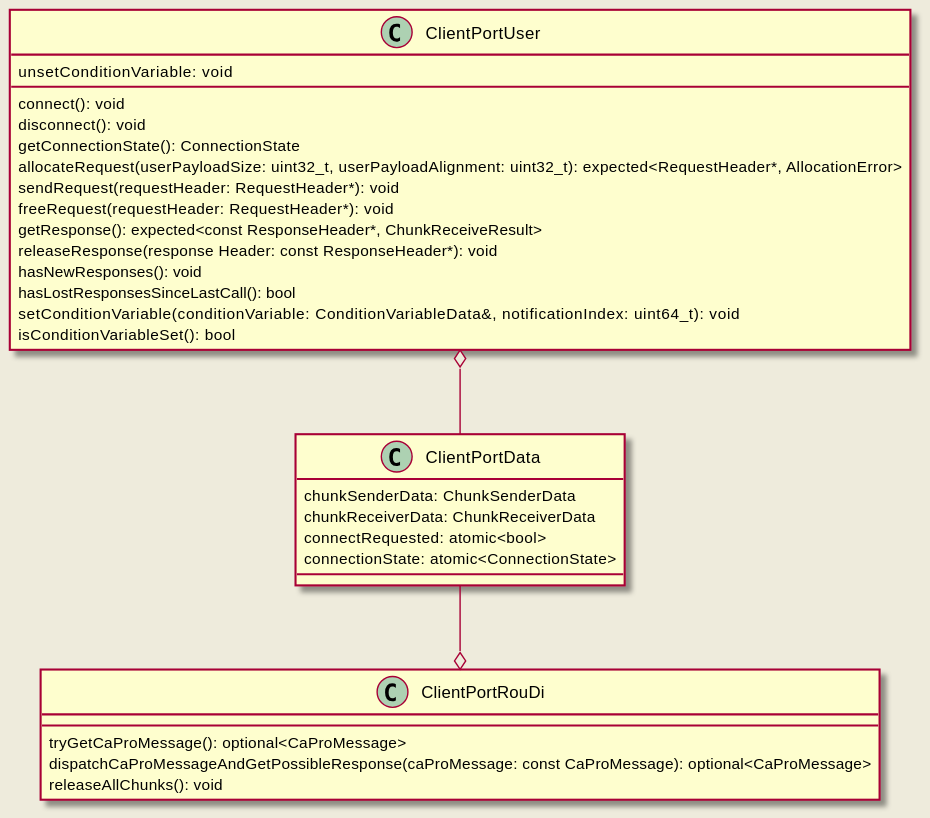
eclipse-iceoryx/iceoryx keeps this PlantUML diagram as doc/design/diagrams/request_response/client_port.svg. Above is the earlier version. Its source is kept beside it as doc/design/diagrams/request_response/client_port.puml.
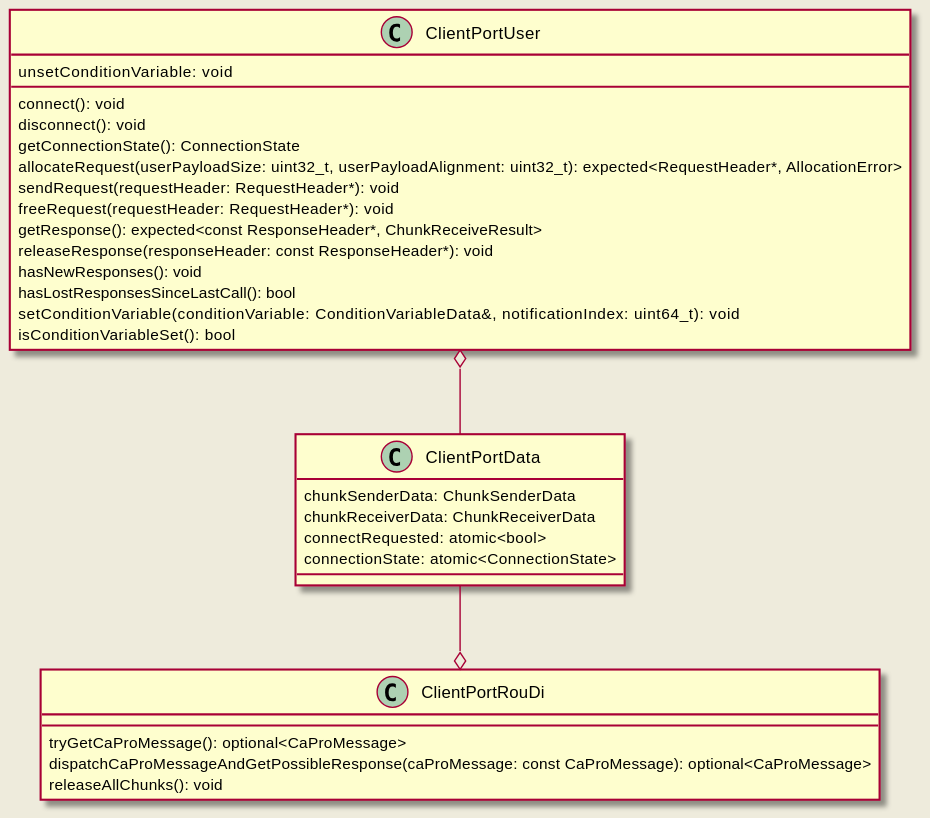
Later version of the same file.

Diff of the diagram source:
```diff
@@ -16,7 +16,7 @@
   sendRequest(requestHeader: RequestHeader*): void
   freeRequest(requestHeader: RequestHeader*): void
   getResponse(): expected<const ResponseHeader*, ChunkReceiveResult>
-  releaseResponse(response Header: const ResponseHeader*): void
+  releaseResponse(responseHeader: const ResponseHeader*): void
   hasNewResponses(): void
   hasLostResponsesSinceLastCall(): bool
   setConditionVariable(conditionVariable: ConditionVariableData&, notificationIndex: uint64_t): void
```
